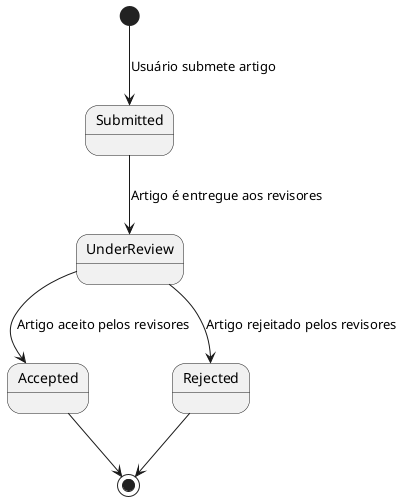
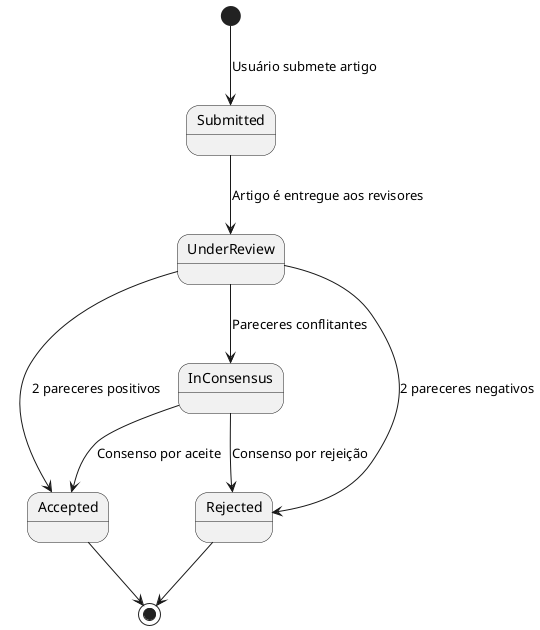
@startuml states

  [*] --> Submitted : Usuário submete artigo
  Submitted --> UnderReview : Artigo é entregue aos revisores
-   UnderReview --> Accepted : Artigo aceito pelos revisores
-   UnderReview --> Rejected : Artigo rejeitado pelos revisores
+   UnderReview --> Accepted : 2 pareceres positivos
+   UnderReview --> Rejected : 2 pareceres negativos
+   UnderReview --> InConsensus : Pareceres conflitantes
+   InConsensus --> Accepted : Consenso por aceite
+   InConsensus --> Rejected : Consenso por rejeição

  Accepted --> [*]
  Rejected --> [*]

- @enduml+ @enduml
